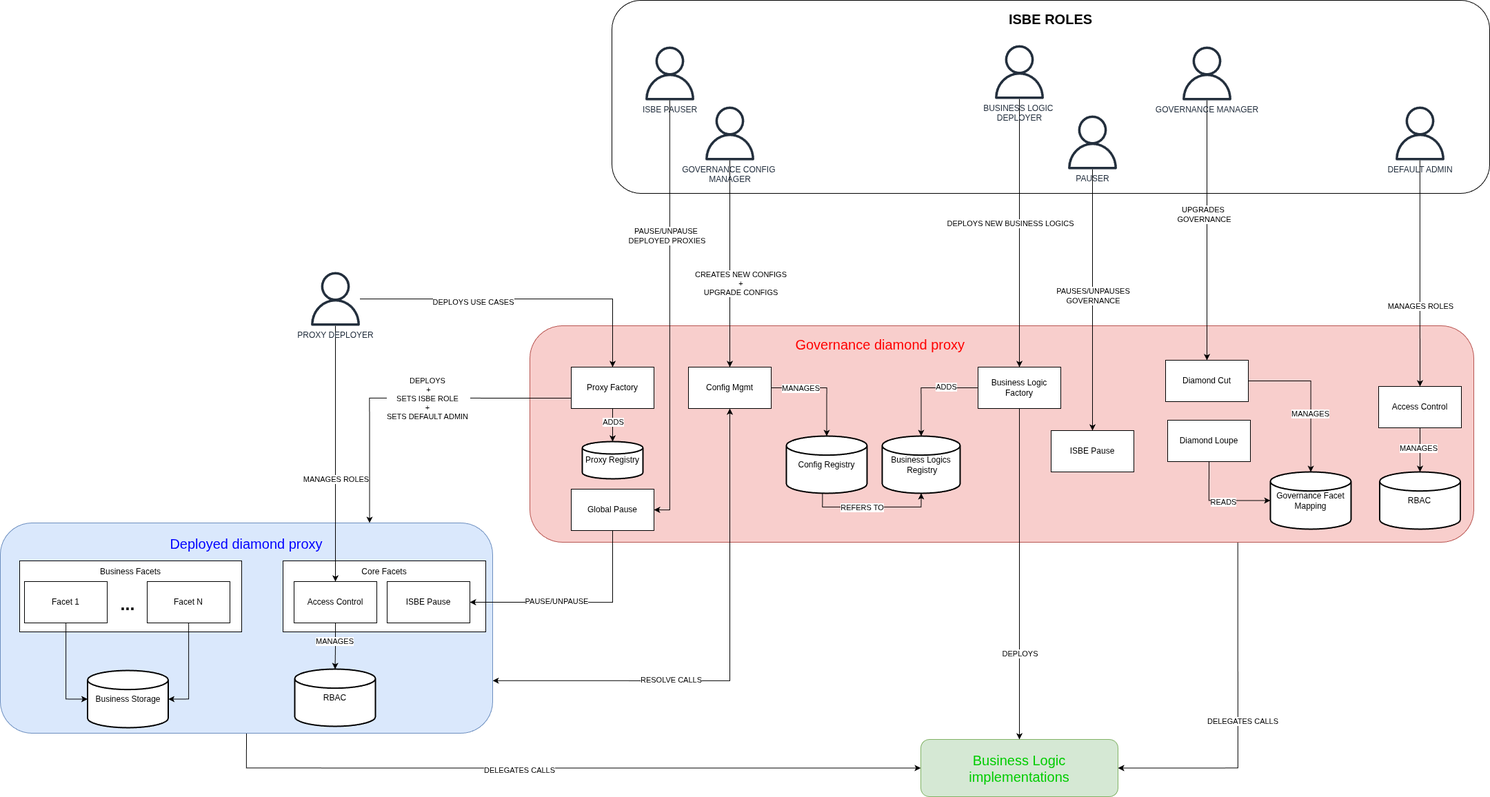
This is docs/diagrams/ISBE-Governance.png from red-isbe/isbe-contracts, a draw.io export, as it was before one commit. Source tidied: cells renumbered, new cells last; positions are measured from the earlier drawing's top-left corner, leaving out a move shared by most shapes.
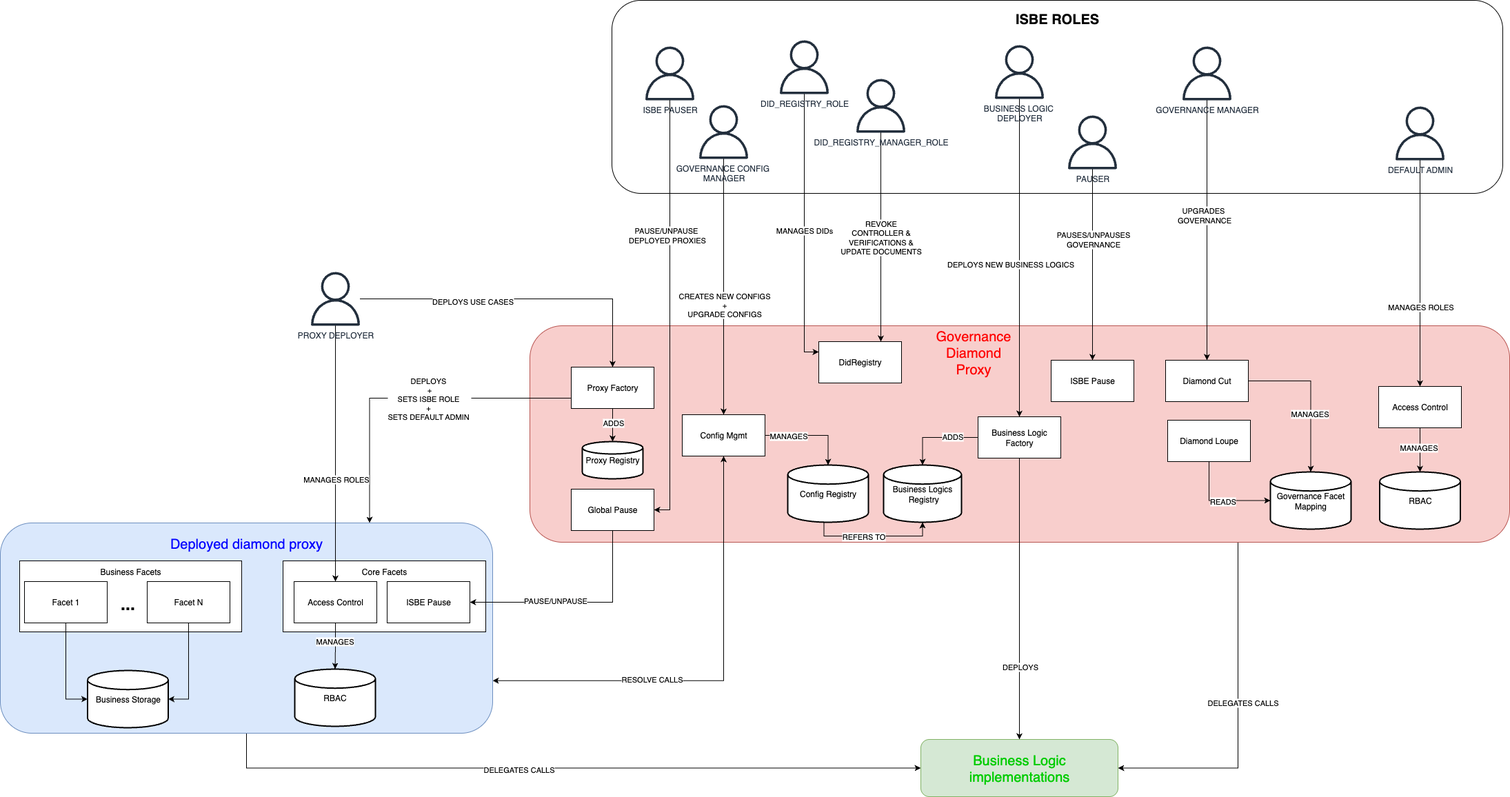
Later version of the same file.

What changed in the source:
```diff
@@ -3,7 +3,7 @@
     <mxCell id="0" />
     <mxCell id="1" parent="0" />
     <mxCell id="2" value="&lt;font style=&quot;font-size: 20px;&quot;&gt;&lt;b&gt;ISBE ROLES&lt;/b&gt;&lt;/font&gt;&lt;div&gt;&lt;span style=&quot;font-size: 20px;&quot;&gt;&lt;b&gt;&lt;br&gt;&lt;/b&gt;&lt;/span&gt;&lt;div&gt;&lt;br&gt;&lt;/div&gt;&lt;div&gt;&lt;br&gt;&lt;/div&gt;&lt;div&gt;&lt;br&gt;&lt;/div&gt;&lt;div&gt;&lt;br&gt;&lt;/div&gt;&lt;div&gt;&lt;br&gt;&lt;/div&gt;&lt;div&gt;&lt;br&gt;&lt;/div&gt;&lt;div&gt;&lt;br&gt;&lt;/div&gt;&lt;div&gt;&lt;br&gt;&lt;/div&gt;&lt;div&gt;&lt;br&gt;&lt;/div&gt;&lt;div&gt;&lt;br&gt;&lt;/div&gt;&lt;div&gt;&lt;br&gt;&lt;/div&gt;&lt;div&gt;&lt;br&gt;&lt;/div&gt;&lt;div&gt;&lt;br&gt;&lt;/div&gt;&lt;div&gt;&lt;br&gt;&lt;/div&gt;&lt;/div&gt;" style="rounded=1;whiteSpace=wrap;html=1;" parent="1" vertex="1">
-      <mxGeometry x="887" width="1273" height="280" as="geometry" />
+      <mxGeometry x="887" width="1292" height="280" as="geometry" />
     </mxCell>
     <mxCell id="3" style="edgeStyle=orthogonalEdgeStyle;rounded=0;jettySize=auto;html=1;entryX=1;entryY=0.5;entryDx=0;entryDy=0;exitX=0.75;exitY=1;exitDx=0;exitDy=0;" parent="1" edge="1" source="5" target="45">
       <mxGeometry relative="1" as="geometry">
@@ -17,8 +17,8 @@
         <mxPoint x="6" y="93" as="offset" />
       </mxGeometry>
     </mxCell>
-    <mxCell id="5" value="&lt;div&gt;&lt;font style=&quot;color: rgb(255, 0, 0); font-size: 20px;&quot;&gt;&amp;nbsp; &amp;nbsp; &amp;nbsp; &amp;nbsp; &amp;nbsp; &amp;nbsp; &amp;nbsp; &amp;nbsp; &amp;nbsp; &amp;nbsp; &amp;nbsp; &amp;nbsp; &amp;nbsp; &amp;nbsp; &amp;nbsp; &amp;nbsp; &amp;nbsp; &amp;nbsp; &amp;nbsp; &amp;nbsp; &amp;nbsp; &amp;nbsp; &amp;nbsp; &amp;nbsp; &amp;nbsp; &amp;nbsp; &amp;nbsp; &amp;nbsp; &amp;nbsp; &amp;nbsp; &amp;nbsp; &amp;nbsp; &amp;nbsp; &amp;nbsp; &amp;nbsp;Governance diamond&amp;nbsp;&lt;/font&gt;&lt;span style=&quot;color: light-dark(rgb(255, 0, 0), rgb(255, 144, 144)); font-size: 20px; background-color: transparent;&quot;&gt;proxy&lt;/span&gt;&lt;/div&gt;&lt;div&gt;&lt;font style=&quot;color: rgb(0, 0, 255);&quot;&gt;&lt;br&gt;&lt;/font&gt;&lt;/div&gt;&lt;div&gt;&lt;font style=&quot;color: rgb(0, 0, 255);&quot;&gt;&lt;br&gt;&lt;/font&gt;&lt;/div&gt;&lt;div&gt;&lt;font style=&quot;color: rgb(0, 0, 255);&quot;&gt;&lt;br&gt;&lt;/font&gt;&lt;/div&gt;&lt;div&gt;&lt;font style=&quot;color: rgb(0, 0, 255);&quot;&gt;&lt;br&gt;&lt;/font&gt;&lt;/div&gt;&lt;div&gt;&lt;font style=&quot;color: rgb(0, 0, 255);&quot;&gt;&lt;br&gt;&lt;/font&gt;&lt;/div&gt;&lt;div&gt;&lt;font style=&quot;color: rgb(0, 0, 255);&quot;&gt;&lt;br&gt;&lt;/font&gt;&lt;/div&gt;&lt;div&gt;&lt;font style=&quot;color: rgb(0, 0, 255);&quot;&gt;&lt;br&gt;&lt;/font&gt;&lt;/div&gt;&lt;div&gt;&lt;font style=&quot;color: rgb(0, 0, 255);&quot;&gt;&lt;br&gt;&lt;/font&gt;&lt;/div&gt;&lt;div&gt;&lt;br&gt;&lt;/div&gt;&lt;div&gt;&lt;br&gt;&lt;/div&gt;&lt;div&gt;&lt;br&gt;&lt;/div&gt;&lt;div&gt;&lt;br&gt;&lt;/div&gt;&lt;div&gt;&lt;br&gt;&lt;/div&gt;&lt;div&gt;&lt;br&gt;&lt;/div&gt;&lt;div&gt;&lt;br&gt;&lt;/div&gt;&lt;div&gt;&lt;br&gt;&lt;/div&gt;&lt;div&gt;&lt;br&gt;&lt;/div&gt;&lt;div&gt;&lt;br&gt;&lt;/div&gt;" style="rounded=1;whiteSpace=wrap;html=1;fillColor=#f8cecc;strokeColor=#b85450;align=left;" parent="1" vertex="1">
-      <mxGeometry x="768" y="472" width="1369" height="314" as="geometry" />
+    <mxCell id="5" value="&lt;div&gt;&lt;br&gt;&lt;/div&gt;&lt;div&gt;&lt;font style=&quot;color: rgb(0, 0, 255);&quot;&gt;&lt;br&gt;&lt;/font&gt;&lt;/div&gt;&lt;div&gt;&lt;font style=&quot;color: rgb(0, 0, 255);&quot;&gt;&lt;br&gt;&lt;/font&gt;&lt;/div&gt;&lt;div&gt;&lt;font style=&quot;color: rgb(0, 0, 255);&quot;&gt;&lt;br&gt;&lt;/font&gt;&lt;/div&gt;&lt;div&gt;&lt;font style=&quot;color: rgb(0, 0, 255);&quot;&gt;&lt;br&gt;&lt;/font&gt;&lt;/div&gt;&lt;div&gt;&lt;font style=&quot;color: rgb(0, 0, 255);&quot;&gt;&lt;br&gt;&lt;/font&gt;&lt;/div&gt;&lt;div&gt;&lt;font style=&quot;color: rgb(0, 0, 255);&quot;&gt;&lt;br&gt;&lt;/font&gt;&lt;/div&gt;&lt;div&gt;&lt;font style=&quot;color: rgb(0, 0, 255);&quot;&gt;&lt;br&gt;&lt;/font&gt;&lt;/div&gt;&lt;div&gt;&lt;br&gt;&lt;/div&gt;&lt;div&gt;&lt;br&gt;&lt;/div&gt;&lt;div&gt;&lt;br&gt;&lt;/div&gt;&lt;div&gt;&lt;br&gt;&lt;/div&gt;&lt;div&gt;&lt;br&gt;&lt;/div&gt;&lt;div&gt;&lt;br&gt;&lt;/div&gt;&lt;div&gt;&lt;br&gt;&lt;/div&gt;&lt;div&gt;&lt;br&gt;&lt;/div&gt;&lt;div&gt;&lt;br&gt;&lt;/div&gt;&lt;div&gt;&lt;br&gt;&lt;/div&gt;" style="rounded=1;whiteSpace=wrap;html=1;fillColor=#f8cecc;strokeColor=#b85450;align=left;" parent="1" vertex="1">
+      <mxGeometry x="768" y="472" width="1421" height="314" as="geometry" />
     </mxCell>
     <mxCell id="6" style="edgeStyle=orthogonalEdgeStyle;rounded=0;jettySize=auto;html=1;entryX=0.5;entryY=1;entryDx=0;entryDy=0;startArrow=classic;startFill=1;exitX=1;exitY=0.75;exitDx=0;exitDy=0;" parent="1" edge="1" source="10" target="56">
       <mxGeometry relative="1" as="geometry" />
@@ -114,7 +114,7 @@
     </mxCell>
     <mxCell id="32" value="CREATES NEW CONFIGS&lt;div&gt;+&lt;/div&gt;&lt;div&gt;UPGRADE CONFIGS&lt;/div&gt;" style="edgeLabel;html=1;align=center;verticalAlign=middle;" parent="31" vertex="1">
       <mxGeometry x="0.53" y="1" relative="1" as="geometry">
-        <mxPoint x="14" y="-51" as="offset" />
+        <mxPoint x="-1" y="-73" as="offset" />
       </mxGeometry>
     </mxCell>
     <mxCell id="33" style="edgeStyle=orthogonalEdgeStyle;rounded=0;jettySize=auto;html=1;entryX=0.5;entryY=0;entryDx=0;entryDy=0;" parent="1" edge="1" source="71" target="50">
@@ -159,13 +159,13 @@
       <mxGeometry x="0.48" relative="1" as="geometry" />
     </mxCell>
     <mxCell id="44" value="Business Logic Factory" style="rounded=0;whiteSpace=wrap;html=1;" parent="1" vertex="1">
-      <mxGeometry x="1418" y="532" width="120" height="60" as="geometry" />
+      <mxGeometry x="1418" y="604" width="120" height="60" as="geometry" />
     </mxCell>
     <mxCell id="45" value="&lt;font style=&quot;font-size: 20px; color: rgb(0, 204, 0);&quot;&gt;Business Logic implementations&lt;/font&gt;" style="rounded=1;whiteSpace=wrap;html=1;fillColor=#d5e8d4;strokeColor=#82b366;" parent="1" vertex="1">
       <mxGeometry x="1335" y="1072" width="286" height="83" as="geometry" />
     </mxCell>
     <mxCell id="46" value="Business Logics&lt;div&gt;&amp;nbsp;Registry&lt;/div&gt;" style="strokeWidth=2;html=1;shape=mxgraph.flowchart.database;whiteSpace=wrap;" parent="1" vertex="1">
-      <mxGeometry x="1279" y="632" width="113" height="83" as="geometry" />
+      <mxGeometry x="1281" y="674" width="113" height="83" as="geometry" />
     </mxCell>
     <mxCell id="47" style="edgeStyle=orthogonalEdgeStyle;rounded=0;jettySize=auto;html=1;entryX=0.5;entryY=0;entryDx=0;entryDy=0;entryPerimeter=0;exitX=0;exitY=0.5;exitDx=0;exitDy=0;" parent="1" edge="1" source="44" target="46">
       <mxGeometry relative="1" as="geometry" />
@@ -179,7 +179,7 @@
       <mxGeometry x="1999" y="560" width="120" height="60" as="geometry" />
     </mxCell>
     <mxCell id="50" value="ISBE Pause" style="rounded=0;whiteSpace=wrap;html=1;" parent="1" vertex="1">
-      <mxGeometry x="1524" y="624" width="120" height="60" as="geometry" />
+      <mxGeometry x="1524" y="522" width="120" height="60" as="geometry" />
     </mxCell>
     <mxCell id="51" style="edgeStyle=orthogonalEdgeStyle;rounded=0;jettySize=auto;html=1;" parent="1" edge="1" source="53" target="72">
       <mxGeometry relative="1" as="geometry" />
@@ -194,10 +194,10 @@
       <mxGeometry x="1693" y="609" width="120" height="60" as="geometry" />
     </mxCell>
     <mxCell id="55" value="Config Registry" style="strokeWidth=2;html=1;shape=mxgraph.flowchart.database;whiteSpace=wrap;" parent="1" vertex="1">
-      <mxGeometry x="1140" y="632" width="117" height="83" as="geometry" />
+      <mxGeometry x="1142" y="674" width="117" height="83" as="geometry" />
     </mxCell>
     <mxCell id="56" value="Config Mgmt" style="rounded=0;whiteSpace=wrap;html=1;" parent="1" vertex="1">
-      <mxGeometry x="998" y="532" width="120" height="60" as="geometry" />
+      <mxGeometry x="989" y="601" width="120" height="60" as="geometry" />
     </mxCell>
     <mxCell id="57" style="edgeStyle=orthogonalEdgeStyle;rounded=0;jettySize=auto;html=1;entryX=0.5;entryY=0;entryDx=0;entryDy=0;entryPerimeter=0;" parent="1" edge="1" source="56" target="55">
       <mxGeometry relative="1" as="geometry" />
@@ -237,7 +237,7 @@
       <mxGeometry x="2020" y="154" width="78" height="78" as="geometry" />
     </mxCell>
     <mxCell id="68" value="GOVERNANCE CONFIG&amp;nbsp;&lt;div&gt;MANAGER&lt;/div&gt;" style="sketch=0;outlineConnect=0;fontColor=#232F3E;gradientColor=none;fillColor=#232F3D;strokeColor=none;dashed=0;verticalLabelPosition=bottom;verticalAlign=top;align=center;html=1;fontSize=12;fontStyle=0;shape=mxgraph.aws4.user;" parent="1" vertex="1">
-      <mxGeometry x="1019" y="154" width="78" height="78" as="geometry" />
+      <mxGeometry x="1010" y="152" width="78" height="78" as="geometry" />
     </mxCell>
     <mxCell id="69" value="BUSINESS LOGIC&amp;nbsp;&lt;div&gt;DEPLOYER&lt;/div&gt;" style="sketch=0;outlineConnect=0;fontColor=#232F3E;gradientColor=none;fillColor=#232F3D;strokeColor=none;dashed=0;verticalLabelPosition=bottom;verticalAlign=top;align=center;html=1;fontSize=12;fontStyle=0;shape=mxgraph.aws4.user;" parent="1" vertex="1">
       <mxGeometry x="1439" y="65" width="78" height="78" as="geometry" />
@@ -277,5 +277,23 @@
     <mxCell id="80" style="edgeStyle=orthogonalEdgeStyle;rounded=0;jettySize=auto;html=1;entryX=1;entryY=0.5;entryDx=0;entryDy=0;entryPerimeter=0;" parent="1" edge="1" source="16" target="78">
       <mxGeometry relative="1" as="geometry" />
     </mxCell>
+    <mxCell id="81" value="MANAGES DIDs" style="edgeStyle=orthogonalEdgeStyle;rounded=0;jettySize=auto;html=1;entryX=0;entryY=0.25;entryDx=0;entryDy=0;" parent="1" edge="1" source="82" target="86">
+      <mxGeometry relative="1" as="geometry" />
+    </mxCell>
+    <mxCell id="82" value="DID_REGISTRY_ROLE" style="sketch=0;outlineConnect=0;fontColor=#232F3E;gradientColor=none;fillColor=#232F3D;strokeColor=none;dashed=0;verticalLabelPosition=bottom;verticalAlign=top;align=center;html=1;fontSize=12;fontStyle=0;shape=mxgraph.aws4.user;" parent="1" vertex="1">
+      <mxGeometry x="1127" y="58" width="78" height="78" as="geometry" />
+    </mxCell>
+    <mxCell id="83" value="REVOKE&lt;br&gt;CONTROLLER &amp;amp;&lt;br&gt;VERIFICATIONS &amp;amp;&lt;div&gt;UPDATE DOCUMENTS&lt;/div&gt;" style="edgeStyle=orthogonalEdgeStyle;rounded=0;jettySize=auto;html=1;entryX=0.75;entryY=0;entryDx=0;entryDy=0;" parent="1" edge="1" source="84" target="86">
+      <mxGeometry relative="1" as="geometry" />
+    </mxCell>
+    <mxCell id="84" value="DID_REGISTRY_MANAGER_ROLE" style="sketch=0;outlineConnect=0;fontColor=#232F3E;gradientColor=none;fillColor=#232F3D;strokeColor=none;dashed=0;verticalLabelPosition=bottom;verticalAlign=top;align=center;html=1;fontSize=12;fontStyle=0;shape=mxgraph.aws4.user;" parent="1" vertex="1">
+      <mxGeometry x="1238" y="114" width="78" height="78" as="geometry" />
+    </mxCell>
+    <mxCell id="85" value="Governance&lt;br&gt;Diamond&lt;br&gt;Proxy" style="text;html=1;align=center;verticalAlign=middle;whiteSpace=wrap;rounded=0;fontColor=light-dark(#ff0000, #ededed);fontSize=20;" parent="1" vertex="1">
+      <mxGeometry x="1322" y="466" width="179" height="89" as="geometry" />
+    </mxCell>
+    <mxCell id="86" value="DidRegistry" style="rounded=0;whiteSpace=wrap;html=1;" parent="1" vertex="1">
+      <mxGeometry x="1187" y="495" width="120" height="60" as="geometry" />
+    </mxCell>
   </root>
 </mxGraphModel>
```
